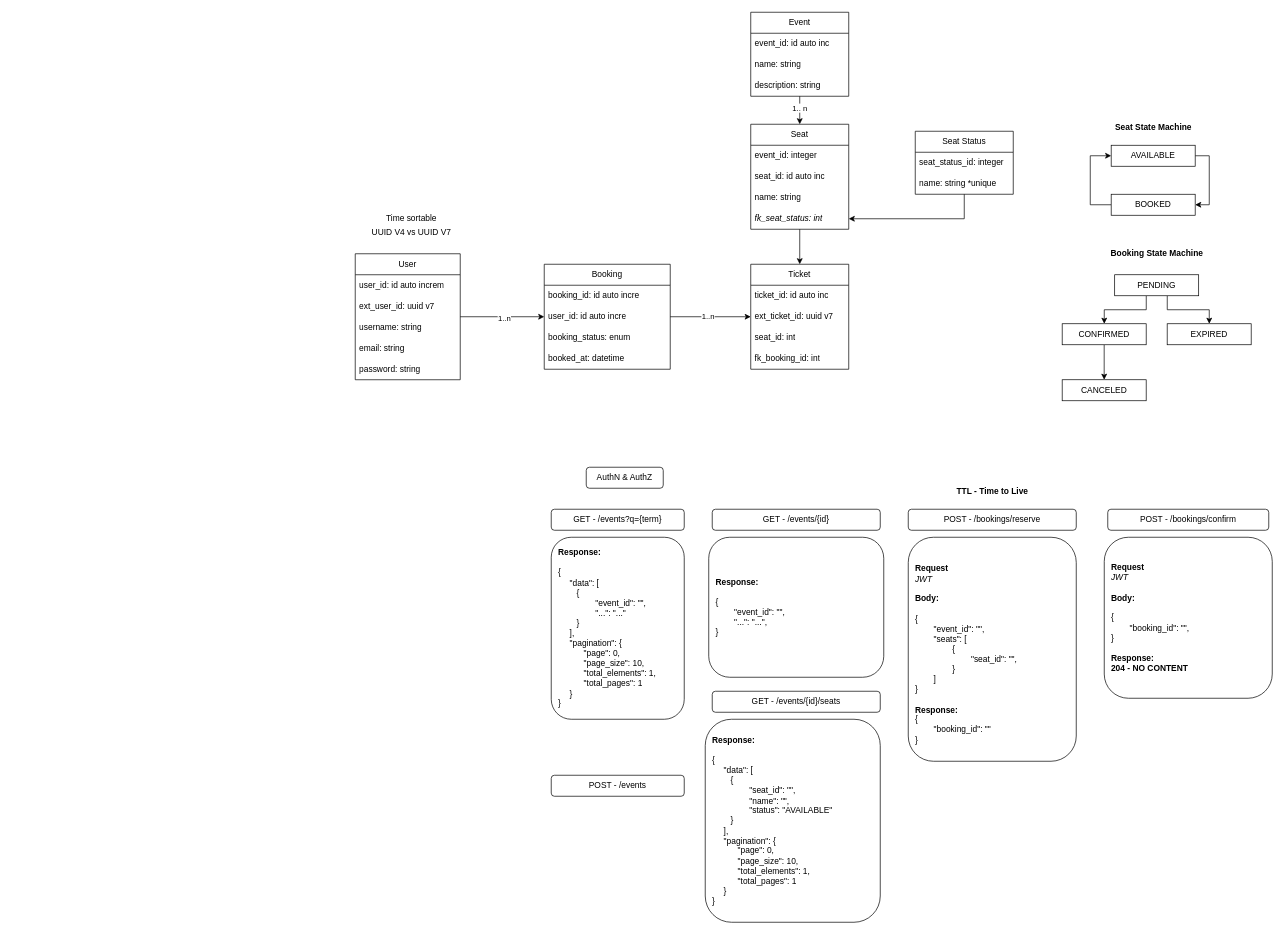
Earlier version of the draw.io diagram page "MER" (1 of 2) of solution.drawio (buildrun-tech/system-design-interview-ticketmasters). Source tidied: cells renumbered, new cells numbered last; positions are measured from the earlier drawing's top-left corner, leaving out a move shared by most shapes. Both pictures are drawn from the tidied source at 70%, with x=0, y=0 at pixel (355, 12).
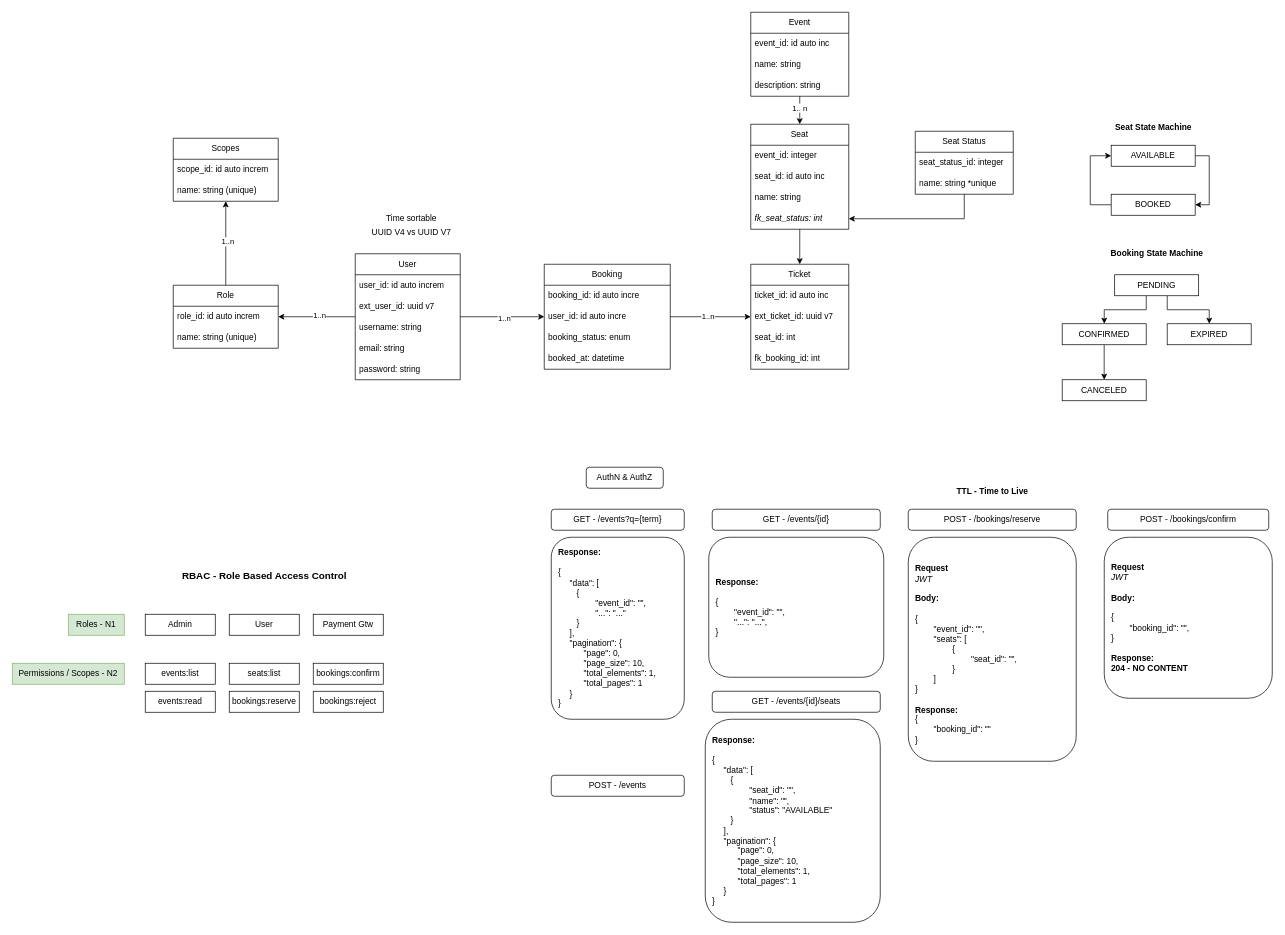
The same page after the edit.

Unchanged cells that the change refers to:
```xml
<mxCell id="4" value="User" style="swimlane;fontStyle=0;horizontal=1;startSize=30;whiteSpace=wrap;html=1;" parent="1" vertex="1">
  <mxGeometry y="345" width="150" height="180" as="geometry" />
</mxCell>
```

Change to the diagram source:
```diff
@@
+    <mxCell id="66" style="edgeStyle=orthogonalEdgeStyle;rounded=0;jettySize=auto;html=1;" parent="1" edge="1" source="4" target="82">
+      <mxGeometry relative="1" as="geometry" />
+    </mxCell>
+    <mxCell id="67" value="1..n" style="edgeLabel;html=1;align=center;verticalAlign=middle;" parent="66" vertex="1">
+      <mxGeometry x="-0.06" y="-2" relative="1" as="geometry" />
+    </mxCell>
@@
+    <mxCell id="68" value="User" style="rounded=0;whiteSpace=wrap;html=1;" parent="1" vertex="1">
+      <mxGeometry x="-180" y="860" width="100" height="30" as="geometry" />
+    </mxCell>
+    <mxCell id="69" value="RBAC - Role Based Access Control" style="text;html=1;align=center;verticalAlign=middle;strokeColor=none;fillColor=none;fontSize=14;fontStyle=1;" parent="1" vertex="1">
+      <mxGeometry x="-250" y="790" width="240" height="30" as="geometry" />
+    </mxCell>
+    <mxCell id="70" value="Payment Gtw" style="rounded=0;whiteSpace=wrap;html=1;" parent="1" vertex="1">
+      <mxGeometry x="-60" y="860" width="100" height="30" as="geometry" />
+    </mxCell>
+    <mxCell id="71" value="Admin" style="rounded=0;whiteSpace=wrap;html=1;" parent="1" vertex="1">
+      <mxGeometry x="-300" y="860" width="100" height="30" as="geometry" />
+    </mxCell>
+    <mxCell id="72" value="Roles - N1" style="rounded=0;whiteSpace=wrap;html=1;fillColor=#d5e8d4;strokeColor=#82b366;" parent="1" vertex="1">
+      <mxGeometry x="-410" y="860" width="80" height="30" as="geometry" />
+    </mxCell>
+    <mxCell id="73" value="Permissions / Scopes - N2" style="rounded=0;whiteSpace=wrap;html=1;fillColor=#d5e8d4;strokeColor=#82b366;" parent="1" vertex="1">
+      <mxGeometry x="-490" y="930" width="160" height="30" as="geometry" />
+    </mxCell>
+    <mxCell id="74" value="events:list" style="rounded=0;whiteSpace=wrap;html=1;" parent="1" vertex="1">
+      <mxGeometry x="-300" y="930" width="100" height="30" as="geometry" />
+    </mxCell>
+    <mxCell id="75" value="events:read" style="rounded=0;whiteSpace=wrap;html=1;" parent="1" vertex="1">
+      <mxGeometry x="-300" y="970" width="100" height="30" as="geometry" />
+    </mxCell>
+    <mxCell id="76" value="seats:list" style="rounded=0;whiteSpace=wrap;html=1;" parent="1" vertex="1">
+      <mxGeometry x="-180" y="930" width="100" height="30" as="geometry" />
+    </mxCell>
+    <mxCell id="77" value="bookings:reserve" style="rounded=0;whiteSpace=wrap;html=1;" parent="1" vertex="1">
+      <mxGeometry x="-180" y="970" width="100" height="30" as="geometry" />
+    </mxCell>
+    <mxCell id="78" value="bookings:confirm" style="rounded=0;whiteSpace=wrap;html=1;" parent="1" vertex="1">
+      <mxGeometry x="-60" y="930" width="100" height="30" as="geometry" />
+    </mxCell>
+    <mxCell id="79" value="bookings:reject" style="rounded=0;whiteSpace=wrap;html=1;" parent="1" vertex="1">
+      <mxGeometry x="-60" y="970" width="100" height="30" as="geometry" />
+    </mxCell>
+    <mxCell id="80" style="edgeStyle=orthogonalEdgeStyle;rounded=0;jettySize=auto;html=1;" parent="1" edge="1" source="82" target="85">
+      <mxGeometry relative="1" as="geometry" />
+    </mxCell>
+    <mxCell id="81" value="1..n" style="edgeLabel;html=1;align=center;verticalAlign=middle;" parent="80" vertex="1">
+      <mxGeometry x="0.05" y="-2" relative="1" as="geometry" />
+    </mxCell>
+    <mxCell id="82" value="Role" style="swimlane;fontStyle=0;horizontal=1;startSize=30;whiteSpace=wrap;html=1;" parent="1" vertex="1">
+      <mxGeometry x="-260" y="390" width="150" height="90" as="geometry" />
+    </mxCell>
+    <mxCell id="83" value="role_id: id auto increm" style="text;strokeColor=none;fillColor=none;align=left;verticalAlign=middle;spacingLeft=4;spacingRight=4;overflow=hidden;whiteSpace=wrap;html=1;" parent="82" vertex="1">
+      <mxGeometry y="30" width="150" height="30" as="geometry" />
+    </mxCell>
+    <mxCell id="84" value="name: string (unique)" style="text;strokeColor=none;fillColor=none;align=left;verticalAlign=middle;spacingLeft=4;spacingRight=4;overflow=hidden;whiteSpace=wrap;html=1;" parent="82" vertex="1">
+      <mxGeometry y="60" width="150" height="30" as="geometry" />
+    </mxCell>
+    <mxCell id="85" value="Scopes" style="swimlane;fontStyle=0;horizontal=1;startSize=30;whiteSpace=wrap;html=1;" parent="1" vertex="1">
+      <mxGeometry x="-260" y="180" width="150" height="90" as="geometry" />
+    </mxCell>
+    <mxCell id="86" value="scope_id: id auto increm" style="text;strokeColor=none;fillColor=none;align=left;verticalAlign=middle;spacingLeft=4;spacingRight=4;overflow=hidden;whiteSpace=wrap;html=1;" parent="85" vertex="1">
+      <mxGeometry y="30" width="150" height="30" as="geometry" />
+    </mxCell>
+    <mxCell id="87" value="name: string (unique)" style="text;strokeColor=none;fillColor=none;align=left;verticalAlign=middle;spacingLeft=4;spacingRight=4;overflow=hidden;whiteSpace=wrap;html=1;" parent="85" vertex="1">
+      <mxGeometry y="60" width="150" height="30" as="geometry" />
+    </mxCell>
```
